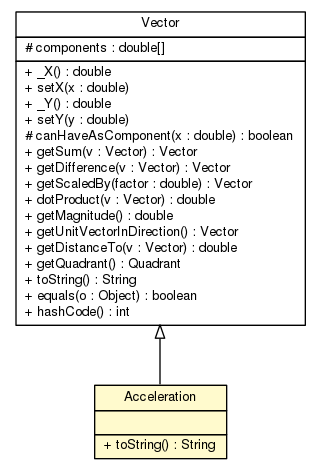
Earlier version of the Graphviz export doc/world/physics/vector/Acceleration.png (sinopeus/asteroids). Its source is kept beside it as doc/world/physics/vector/Acceleration.dot. Its diagram source:
```dot

digraph G {
	edge [fontname="Helvetica",fontsize=10,labelfontname="Helvetica",labelfontsize=10];
	node [fontname="Helvetica",fontsize=10,shape=plaintext];
	nodesep=0.25;
	ranksep=0.5;
	c2751 [label=<<table title="world.physics.vector.Acceleration" border="0" cellborder="1" cellspacing="0" cellpadding="2" port="p" bgcolor="lemonChiffon" href="./Acceleration.html">
		<tr><td><table border="0" cellspacing="0" cellpadding="1">
<tr><td align="center" balign="center"> Acceleration </td></tr>
		</table></td></tr>
		<tr><td><table border="0" cellspacing="0" cellpadding="1">
<tr><td align="left" balign="left">  </td></tr>
		</table></td></tr>
		<tr><td><table border="0" cellspacing="0" cellpadding="1">
<tr><td align="left" balign="left"> + toString() : String </td></tr>
		</table></td></tr>
		</table>>, URL="./Acceleration.html", fontname="Helvetica", fontcolor="black", fontsize=10.0];
	c2760 [label=<<table title="world.physics.vector.Vector" border="0" cellborder="1" cellspacing="0" cellpadding="2" port="p" href="./Vector.html">
		<tr><td><table border="0" cellspacing="0" cellpadding="1">
<tr><td align="center" balign="center"> Vector </td></tr>
		</table></td></tr>
		<tr><td><table border="0" cellspacing="0" cellpadding="1">
<tr><td align="left" balign="left"> # components : double[] </td></tr>
		</table></td></tr>
		<tr><td><table border="0" cellspacing="0" cellpadding="1">
<tr><td align="left" balign="left"> + _X() : double </td></tr>
<tr><td align="left" balign="left"> + setX(x : double) </td></tr>
<tr><td align="left" balign="left"> + _Y() : double </td></tr>
<tr><td align="left" balign="left"> + setY(y : double) </td></tr>
<tr><td align="left" balign="left"> # canHaveAsComponent(x : double) : boolean </td></tr>
<tr><td align="left" balign="left"> + getSum(v : Vector) : Vector </td></tr>
<tr><td align="left" balign="left"> + getDifference(v : Vector) : Vector </td></tr>
<tr><td align="left" balign="left"> + getScaledBy(factor : double) : Vector </td></tr>
<tr><td align="left" balign="left"> + dotProduct(v : Vector) : double </td></tr>
<tr><td align="left" balign="left"> + getMagnitude() : double </td></tr>
<tr><td align="left" balign="left"> + getUnitVectorInDirection() : Vector </td></tr>
<tr><td align="left" balign="left"> + getDistanceTo(v : Vector) : double </td></tr>
<tr><td align="left" balign="left"> + getQuadrant() : Quadrant </td></tr>
<tr><td align="left" balign="left"> + toString() : String </td></tr>
<tr><td align="left" balign="left"> + equals(o : Object) : boolean </td></tr>
<tr><td align="left" balign="left"> + hashCode() : int </td></tr>
		</table></td></tr>
		</table>>, URL="./Vector.html", fontname="Helvetica", fontcolor="black", fontsize=10.0];
	c2760:p -> c2751:p [dir=back,arrowtail=empty];
}
```
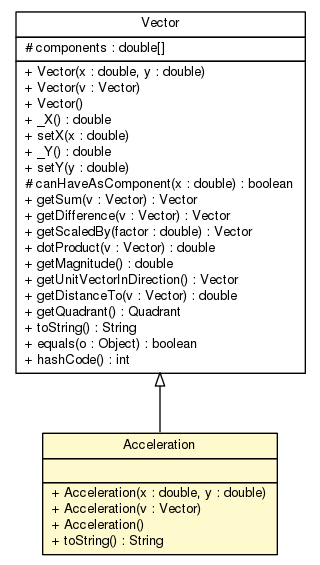
Above is the later version.

Diff of the diagram source:
```diff
@@ -4,7 +4,7 @@
 	node [fontname="Helvetica",fontsize=10,shape=plaintext];
 	nodesep=0.25;
 	ranksep=0.5;
-	c2751 [label=<<table title="world.physics.vector.Acceleration" border="0" cellborder="1" cellspacing="0" cellpadding="2" port="p" bgcolor="lemonChiffon" href="./Acceleration.html">
+	c2765 [label=<<table title="world.physics.vector.Acceleration" border="0" cellborder="1" cellspacing="0" cellpadding="2" port="p" bgcolor="lemonChiffon" href="./Acceleration.html">
 		<tr><td><table border="0" cellspacing="0" cellpadding="1">
 <tr><td align="center" balign="center"> Acceleration </td></tr>
 		</table></td></tr>
@@ -12,10 +12,13 @@
 <tr><td align="left" balign="left">  </td></tr>
 		</table></td></tr>
 		<tr><td><table border="0" cellspacing="0" cellpadding="1">
+<tr><td align="left" balign="left"> + Acceleration(x : double, y : double) </td></tr>
+<tr><td align="left" balign="left"> + Acceleration(v : Vector) </td></tr>
+<tr><td align="left" balign="left"> + Acceleration() </td></tr>
 <tr><td align="left" balign="left"> + toString() : String </td></tr>
 		</table></td></tr>
 		</table>>, URL="./Acceleration.html", fontname="Helvetica", fontcolor="black", fontsize=10.0];
-	c2760 [label=<<table title="world.physics.vector.Vector" border="0" cellborder="1" cellspacing="0" cellpadding="2" port="p" href="./Vector.html">
+	c2771 [label=<<table title="world.physics.vector.Vector" border="0" cellborder="1" cellspacing="0" cellpadding="2" port="p" href="./Vector.html">
 		<tr><td><table border="0" cellspacing="0" cellpadding="1">
 <tr><td align="center" balign="center"> Vector </td></tr>
 		</table></td></tr>
@@ -23,6 +26,9 @@
 <tr><td align="left" balign="left"> # components : double[] </td></tr>
 		</table></td></tr>
 		<tr><td><table border="0" cellspacing="0" cellpadding="1">
+<tr><td align="left" balign="left"> + Vector(x : double, y : double) </td></tr>
+<tr><td align="left" balign="left"> + Vector(v : Vector) </td></tr>
+<tr><td align="left" balign="left"> + Vector() </td></tr>
 <tr><td align="left" balign="left"> + _X() : double </td></tr>
 <tr><td align="left" balign="left"> + setX(x : double) </td></tr>
 <tr><td align="left" balign="left"> + _Y() : double </td></tr>
@@ -41,5 +47,5 @@
 <tr><td align="left" balign="left"> + hashCode() : int </td></tr>
 		</table></td></tr>
 		</table>>, URL="./Vector.html", fontname="Helvetica", fontcolor="black", fontsize=10.0];
-	c2760:p -> c2751:p [dir=back,arrowtail=empty];
+	c2771:p -> c2765:p [dir=back,arrowtail=empty];
 }
```
